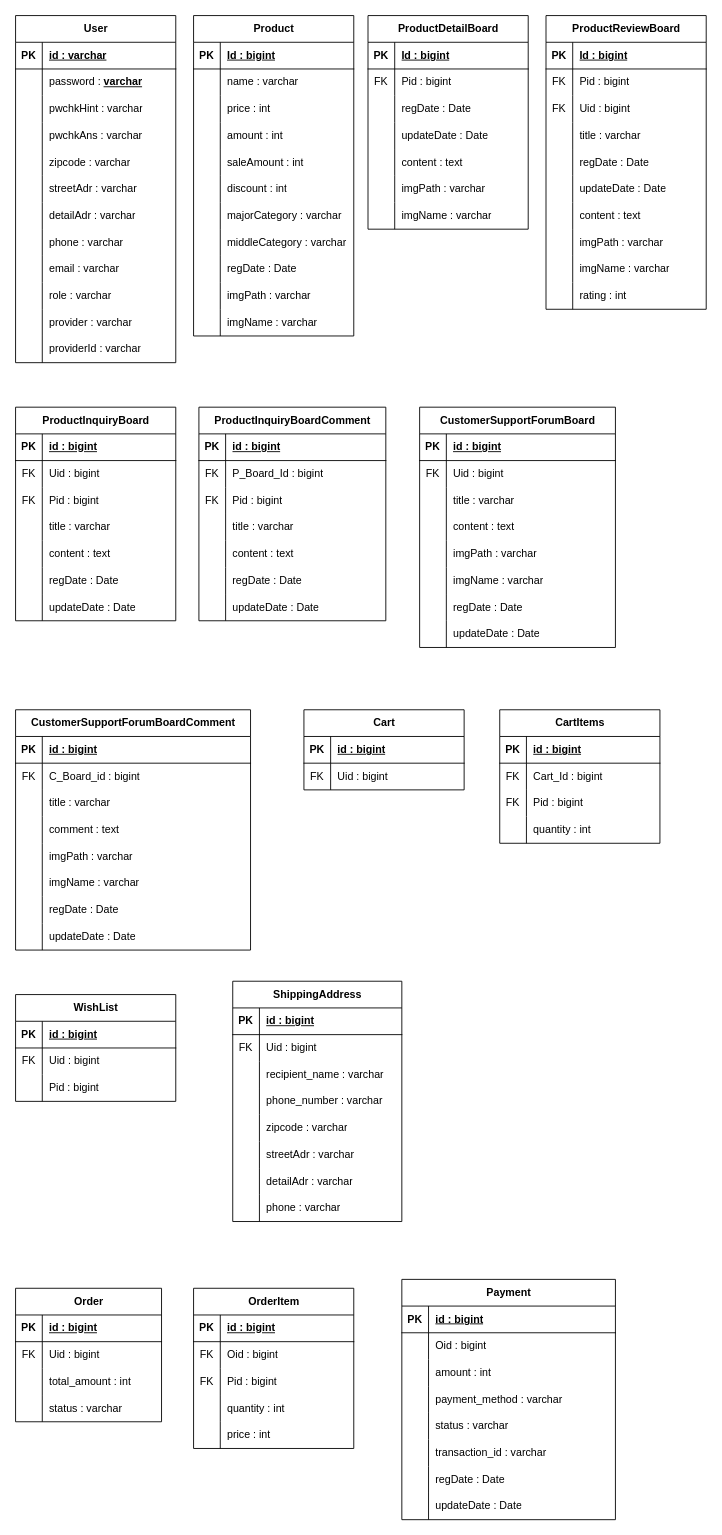
Above: design/ERD/ERD.drawio in 98Woonho/Healthy-grass (draw.io), before the change. Source tidied: cells renumbered, new cells numbered last; positions are measured from the earlier drawing's top-left corner, leaving out a move shared by most shapes. Both pictures are drawn from the tidied source at 89%, with x=0, y=0 at pixel (15, 15).
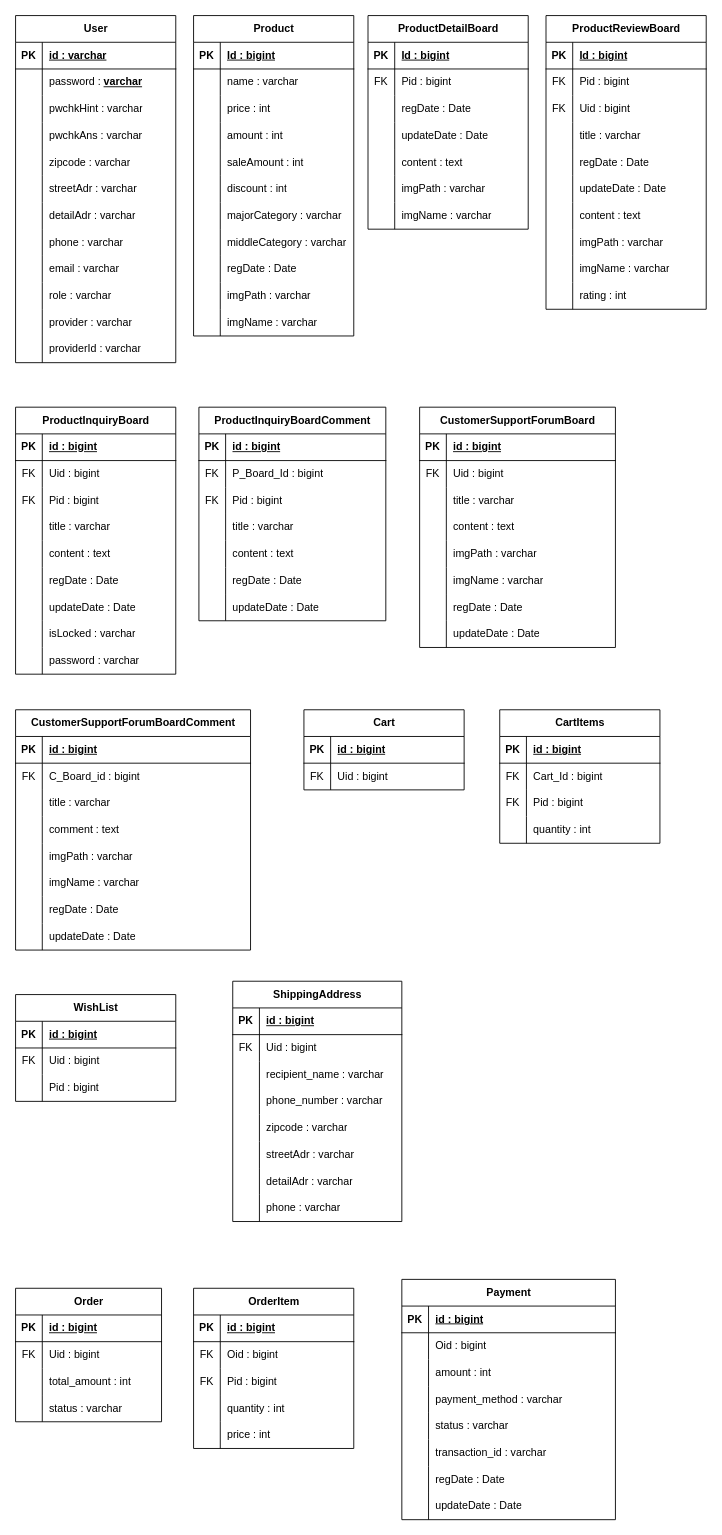
Above is the later version.

Change to the diagram source:
```diff
@@
     <mxCell id="126" value="ProductInquiryBoard" style="shape=table;startSize=30;childLayout=tableLayout;rowLines=0;fontStyle=1;align=center;html=1;" parent="1" vertex="1">
-      <mxGeometry y="440" width="180" height="240" as="geometry" />
+      <mxGeometry y="440" width="180" height="300" as="geometry" />
     </mxCell>
@@
+    <mxCell id="329" style="shape=tableRow;horizontal=0;startSize=0;swimlaneHead=0;swimlaneBody=0;fillColor=none;top=0;left=0;right=0;bottom=0;" parent="126" vertex="1">
+      <mxGeometry y="240" width="180" height="30" as="geometry" />
+    </mxCell>
+    <mxCell id="330" style="shape=partialRectangle;fillColor=none;top=0;left=0;bottom=0;right=0;overflow=hidden;whiteSpace=wrap;html=1;" parent="329" vertex="1">
+      <mxGeometry width="30" height="30" as="geometry" />
+    </mxCell>
+    <mxCell id="331" value="isLocked : varchar" style="shape=partialRectangle;fillColor=none;top=0;left=0;bottom=0;right=0;align=left;spacingLeft=6;overflow=hidden;whiteSpace=wrap;html=1;" parent="329" vertex="1">
+      <mxGeometry x="30" width="150" height="30" as="geometry" />
+    </mxCell>
+    <mxCell id="332" style="shape=tableRow;horizontal=0;startSize=0;swimlaneHead=0;swimlaneBody=0;fillColor=none;top=0;left=0;right=0;bottom=0;" parent="126" vertex="1">
+      <mxGeometry y="270" width="180" height="30" as="geometry" />
+    </mxCell>
+    <mxCell id="333" style="shape=partialRectangle;fillColor=none;top=0;left=0;bottom=0;right=0;overflow=hidden;whiteSpace=wrap;html=1;" parent="332" vertex="1">
+      <mxGeometry width="30" height="30" as="geometry" />
+    </mxCell>
+    <mxCell id="334" value="password : varchar" style="shape=partialRectangle;fillColor=none;top=0;left=0;bottom=0;right=0;align=left;spacingLeft=6;overflow=hidden;whiteSpace=wrap;html=1;" parent="332" vertex="1">
+      <mxGeometry x="30" width="150" height="30" as="geometry" />
+    </mxCell>
```
